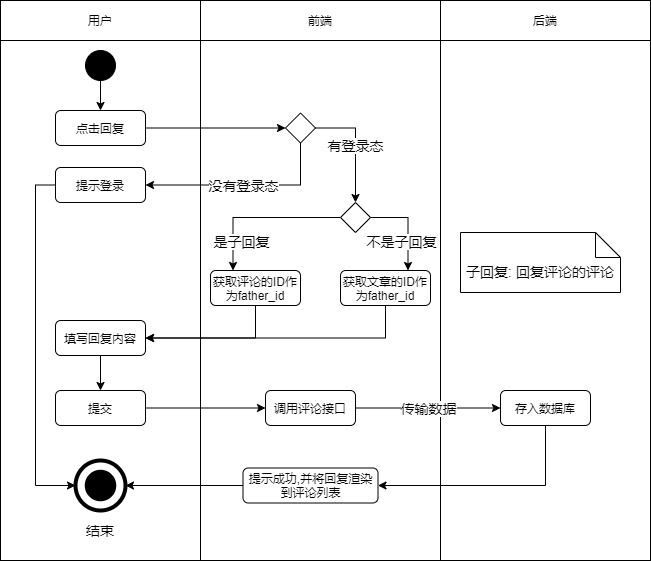
Jater0/Graduation keeps this draw.io diagram as user.bbs-comment.active.drawio.png. Above is the earlier version. Source tidied: cells renumbered, new cells last; positions are measured from the earlier drawing's top-left corner, leaving out a move shared by most shapes. Source of this version:
```xml
<mxGraphModel>
  <root>
    <mxCell id="0" />
    <mxCell id="1" parent="0" />
    <mxCell id="2" style="rounded=0;whiteSpace=wrap;html=1;" parent="1" vertex="1">
      <mxGeometry x="440" y="40" width="210" height="520" as="geometry" />
    </mxCell>
    <mxCell id="3" style="rounded=0;whiteSpace=wrap;html=1;" parent="1" vertex="1">
      <mxGeometry y="40" width="200" height="520" as="geometry" />
    </mxCell>
    <mxCell id="4" style="rounded=0;whiteSpace=wrap;html=1;" parent="1" vertex="1">
      <mxGeometry x="200" y="40" width="240" height="520" as="geometry" />
    </mxCell>
    <mxCell id="5" value="用户" style="rounded=0;whiteSpace=wrap;html=1;" parent="1" vertex="1">
      <mxGeometry width="200" height="40" as="geometry" />
    </mxCell>
    <mxCell id="6" value="前端" style="rounded=0;whiteSpace=wrap;html=1;" parent="1" vertex="1">
      <mxGeometry x="200" width="240" height="40" as="geometry" />
    </mxCell>
    <mxCell id="7" value="后端" style="rounded=0;whiteSpace=wrap;html=1;" parent="1" vertex="1">
      <mxGeometry x="440" width="210" height="40" as="geometry" />
    </mxCell>
    <mxCell id="8" style="edgeStyle=orthogonalEdgeStyle;rounded=0;jettySize=auto;html=1;exitX=0.5;exitY=1;exitDx=0;exitDy=0;entryX=0.5;entryY=0;entryDx=0;entryDy=0;" parent="1" edge="1" source="9" target="14">
      <mxGeometry relative="1" as="geometry" />
    </mxCell>
    <mxCell id="9" style="ellipse;whiteSpace=wrap;html=1;background=black;strokeColor=#030303;fillColor=#000000;" parent="1" vertex="1">
      <mxGeometry x="85" y="50" width="30" height="30" as="geometry" />
    </mxCell>
    <mxCell id="10" style="ellipse;whiteSpace=wrap;html=1;rounded=1;strokeColor=#000000;strokeWidth=4;fillColor=none;gradientColor=none;fontSize=14;" parent="1" vertex="1">
      <mxGeometry x="75" y="460" width="50" height="50" as="geometry" />
    </mxCell>
    <mxCell id="11" style="ellipse;whiteSpace=wrap;html=1;rounded=1;strokeWidth=4;fontSize=14;fillColor=#000000;" parent="1" vertex="1">
      <mxGeometry x="86.2" y="471.2" width="27.5" height="27.5" as="geometry" />
    </mxCell>
    <mxCell id="12" value="结束" style="text;html=1;strokeColor=none;fillColor=none;align=center;verticalAlign=middle;whiteSpace=wrap;rounded=0;fontSize=14;" parent="1" vertex="1">
      <mxGeometry x="80" y="520" width="40" height="20" as="geometry" />
    </mxCell>
    <mxCell id="13" style="edgeStyle=orthogonalEdgeStyle;rounded=0;jettySize=auto;html=1;exitX=1;exitY=0.5;exitDx=0;exitDy=0;entryX=0;entryY=0.5;entryDx=0;entryDy=0;" parent="1" edge="1" source="14" target="17">
      <mxGeometry relative="1" as="geometry" />
    </mxCell>
    <mxCell id="14" value="点击回复" style="rounded=1;whiteSpace=wrap;html=1;" parent="1" vertex="1">
      <mxGeometry x="55" y="110" width="90" height="35" as="geometry" />
    </mxCell>
    <mxCell id="15" value="没有登录态" style="edgeStyle=orthogonalEdgeStyle;rounded=0;jettySize=auto;html=1;exitX=0.5;exitY=1;exitDx=0;exitDy=0;entryX=1;entryY=0.5;entryDx=0;entryDy=0;fontSize=14;fontStyle=0;" parent="1" edge="1" source="17" target="19">
      <mxGeometry relative="1" as="geometry" />
    </mxCell>
    <mxCell id="16" value="有登录态" style="edgeStyle=orthogonalEdgeStyle;rounded=0;jettySize=auto;html=1;exitX=1;exitY=0.5;exitDx=0;exitDy=0;entryX=0.5;entryY=0;entryDx=0;entryDy=0;fontSize=14;" parent="1" edge="1" source="17" target="22">
      <mxGeometry relative="1" as="geometry" />
    </mxCell>
    <mxCell id="17" style="rhombus;whiteSpace=wrap;html=1;" parent="1" vertex="1">
      <mxGeometry x="285" y="112.5" width="30" height="30" as="geometry" />
    </mxCell>
    <mxCell id="18" style="edgeStyle=orthogonalEdgeStyle;rounded=0;jettySize=auto;html=1;exitX=0;exitY=0.5;exitDx=0;exitDy=0;entryX=0;entryY=0.5;entryDx=0;entryDy=0;fontSize=14;" parent="1" edge="1" source="19" target="10">
      <mxGeometry relative="1" as="geometry" />
    </mxCell>
    <mxCell id="19" value="提示登录" style="rounded=1;whiteSpace=wrap;html=1;" parent="1" vertex="1">
      <mxGeometry x="55" y="167" width="90" height="35" as="geometry" />
    </mxCell>
    <mxCell id="20" value="不是子回复" style="edgeStyle=orthogonalEdgeStyle;rounded=0;jettySize=auto;html=1;exitX=1;exitY=0.5;exitDx=0;exitDy=0;entryX=0.75;entryY=0;entryDx=0;entryDy=0;fontSize=14;" parent="1" edge="1" source="22" target="26">
      <mxGeometry x="0.34" y="-7" relative="1" as="geometry">
        <mxPoint y="1" as="offset" />
      </mxGeometry>
    </mxCell>
    <mxCell id="21" value="是子回复" style="edgeStyle=orthogonalEdgeStyle;rounded=0;jettySize=auto;html=1;exitX=0;exitY=0.5;exitDx=0;exitDy=0;entryX=0.25;entryY=0;entryDx=0;entryDy=0;fontSize=14;" parent="1" edge="1" source="22" target="24">
      <mxGeometry x="0.63" y="8" relative="1" as="geometry" />
    </mxCell>
    <mxCell id="22" style="rhombus;whiteSpace=wrap;html=1;" parent="1" vertex="1">
      <mxGeometry x="340" y="202" width="30" height="30" as="geometry" />
    </mxCell>
    <mxCell id="23" style="edgeStyle=orthogonalEdgeStyle;rounded=0;jettySize=auto;html=1;exitX=0.5;exitY=1;exitDx=0;exitDy=0;entryX=1;entryY=0.5;entryDx=0;entryDy=0;fontSize=14;" parent="1" edge="1" source="24" target="29">
      <mxGeometry relative="1" as="geometry" />
    </mxCell>
    <mxCell id="24" value="获取评论的ID作为father_id" style="rounded=1;whiteSpace=wrap;html=1;" parent="1" vertex="1">
      <mxGeometry x="210" y="270" width="90" height="35" as="geometry" />
    </mxCell>
    <mxCell id="25" style="edgeStyle=orthogonalEdgeStyle;rounded=0;jettySize=auto;html=1;exitX=0.5;exitY=1;exitDx=0;exitDy=0;entryX=1;entryY=0.5;entryDx=0;entryDy=0;fontSize=14;" parent="1" edge="1" source="26" target="29">
      <mxGeometry relative="1" as="geometry" />
    </mxCell>
    <mxCell id="26" value="获取文章的ID作为father_id" style="rounded=1;whiteSpace=wrap;html=1;" parent="1" vertex="1">
      <mxGeometry x="340" y="270" width="90" height="35" as="geometry" />
    </mxCell>
    <mxCell id="27" value="子回复: 回复评论的评论" style="shape=note2;boundedLbl=1;whiteSpace=wrap;html=1;size=25;verticalAlign=top;align=center;fontSize=14;" parent="1" vertex="1">
      <mxGeometry x="460" y="232" width="160" height="60" as="geometry" />
    </mxCell>
    <mxCell id="28" style="edgeStyle=orthogonalEdgeStyle;rounded=0;jettySize=auto;html=1;exitX=0.5;exitY=1;exitDx=0;exitDy=0;entryX=0.5;entryY=0;entryDx=0;entryDy=0;fontSize=14;" parent="1" edge="1" source="29" target="31">
      <mxGeometry relative="1" as="geometry" />
    </mxCell>
    <mxCell id="29" value="填写回复内容" style="rounded=1;whiteSpace=wrap;html=1;" parent="1" vertex="1">
      <mxGeometry x="55" y="320" width="90" height="35" as="geometry" />
    </mxCell>
    <mxCell id="30" style="edgeStyle=orthogonalEdgeStyle;rounded=0;jettySize=auto;html=1;exitX=1;exitY=0.5;exitDx=0;exitDy=0;entryX=0;entryY=0.5;entryDx=0;entryDy=0;fontSize=14;" parent="1" edge="1" source="31" target="33">
      <mxGeometry relative="1" as="geometry" />
    </mxCell>
    <mxCell id="31" value="提交" style="rounded=1;whiteSpace=wrap;html=1;" parent="1" vertex="1">
      <mxGeometry x="55" y="390" width="90" height="35" as="geometry" />
    </mxCell>
    <mxCell id="32" value="传输数据" style="edgeStyle=orthogonalEdgeStyle;rounded=0;jettySize=auto;html=1;exitX=1;exitY=0.5;exitDx=0;exitDy=0;entryX=0;entryY=0.5;entryDx=0;entryDy=0;fontSize=14;" parent="1" edge="1" source="33" target="35">
      <mxGeometry relative="1" as="geometry" />
    </mxCell>
    <mxCell id="33" value="调用评论接口" style="rounded=1;whiteSpace=wrap;html=1;" parent="1" vertex="1">
      <mxGeometry x="265" y="390" width="90" height="35" as="geometry" />
    </mxCell>
    <mxCell id="34" style="edgeStyle=orthogonalEdgeStyle;rounded=0;jettySize=auto;html=1;exitX=0.5;exitY=1;exitDx=0;exitDy=0;entryX=1;entryY=0.5;entryDx=0;entryDy=0;fontSize=14;" parent="1" edge="1" source="35" target="37">
      <mxGeometry relative="1" as="geometry" />
    </mxCell>
    <mxCell id="35" value="存入数据库" style="rounded=1;whiteSpace=wrap;html=1;" parent="1" vertex="1">
      <mxGeometry x="500" y="390" width="90" height="35" as="geometry" />
    </mxCell>
    <mxCell id="36" style="edgeStyle=orthogonalEdgeStyle;rounded=0;jettySize=auto;html=1;exitX=0;exitY=0.5;exitDx=0;exitDy=0;entryX=1;entryY=0.5;entryDx=0;entryDy=0;fontSize=14;" parent="1" edge="1" source="37" target="10">
      <mxGeometry relative="1" as="geometry" />
    </mxCell>
    <mxCell id="37" value="提示成功,并将回复渲染到评论列表" style="rounded=1;whiteSpace=wrap;html=1;" parent="1" vertex="1">
      <mxGeometry x="242.5" y="467.5" width="135" height="35" as="geometry" />
    </mxCell>
  </root>
</mxGraphModel>
```
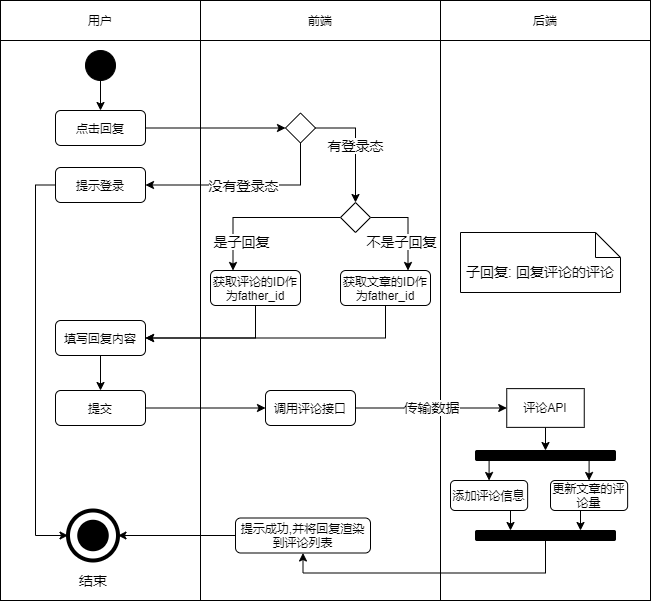
Later version of the same file.

What changed in the source:
```diff
@@ -3,13 +3,13 @@
     <mxCell id="0" />
     <mxCell id="1" parent="0" />
     <mxCell id="2" style="rounded=0;whiteSpace=wrap;html=1;" parent="1" vertex="1">
-      <mxGeometry x="440" y="40" width="210" height="520" as="geometry" />
+      <mxGeometry x="440" y="40" width="210" height="560" as="geometry" />
     </mxCell>
     <mxCell id="3" style="rounded=0;whiteSpace=wrap;html=1;" parent="1" vertex="1">
-      <mxGeometry y="40" width="200" height="520" as="geometry" />
+      <mxGeometry y="40" width="200" height="560" as="geometry" />
     </mxCell>
     <mxCell id="4" style="rounded=0;whiteSpace=wrap;html=1;" parent="1" vertex="1">
-      <mxGeometry x="200" y="40" width="240" height="520" as="geometry" />
+      <mxGeometry x="200" y="40" width="240" height="560" as="geometry" />
     </mxCell>
     <mxCell id="5" value="用户" style="rounded=0;whiteSpace=wrap;html=1;" parent="1" vertex="1">
       <mxGeometry width="200" height="40" as="geometry" />
@@ -27,13 +27,13 @@
       <mxGeometry x="85" y="50" width="30" height="30" as="geometry" />
     </mxCell>
     <mxCell id="10" style="ellipse;whiteSpace=wrap;html=1;rounded=1;strokeColor=#000000;strokeWidth=4;fillColor=none;gradientColor=none;fontSize=14;" parent="1" vertex="1">
-      <mxGeometry x="75" y="460" width="50" height="50" as="geometry" />
+      <mxGeometry x="67.5" y="510" width="50" height="50" as="geometry" />
     </mxCell>
     <mxCell id="11" style="ellipse;whiteSpace=wrap;html=1;rounded=1;strokeWidth=4;fontSize=14;fillColor=#000000;" parent="1" vertex="1">
-      <mxGeometry x="86.2" y="471.2" width="27.5" height="27.5" as="geometry" />
+      <mxGeometry x="78.8" y="521.2" width="27.5" height="27.5" as="geometry" />
     </mxCell>
     <mxCell id="12" value="结束" style="text;html=1;strokeColor=none;fillColor=none;align=center;verticalAlign=middle;whiteSpace=wrap;rounded=0;fontSize=14;" parent="1" vertex="1">
-      <mxGeometry x="80" y="520" width="40" height="20" as="geometry" />
+      <mxGeometry x="72.5" y="570" width="40" height="20" as="geometry" />
     </mxCell>
     <mxCell id="13" style="edgeStyle=orthogonalEdgeStyle;rounded=0;jettySize=auto;html=1;exitX=1;exitY=0.5;exitDx=0;exitDy=0;entryX=0;entryY=0.5;entryDx=0;entryDy=0;" parent="1" edge="1" source="14" target="17">
       <mxGeometry relative="1" as="geometry" />
@@ -94,23 +94,50 @@
     <mxCell id="31" value="提交" style="rounded=1;whiteSpace=wrap;html=1;" parent="1" vertex="1">
       <mxGeometry x="55" y="390" width="90" height="35" as="geometry" />
     </mxCell>
-    <mxCell id="32" value="传输数据" style="edgeStyle=orthogonalEdgeStyle;rounded=0;jettySize=auto;html=1;exitX=1;exitY=0.5;exitDx=0;exitDy=0;entryX=0;entryY=0.5;entryDx=0;entryDy=0;fontSize=14;" parent="1" edge="1" source="33" target="35">
+    <mxCell id="32" value="传输数据" style="edgeStyle=orthogonalEdgeStyle;rounded=0;jettySize=auto;html=1;exitX=1;exitY=0.5;exitDx=0;exitDy=0;entryX=0;entryY=0.5;entryDx=0;entryDy=0;fontSize=14;" parent="1" edge="1" source="33" target="39">
       <mxGeometry relative="1" as="geometry" />
     </mxCell>
     <mxCell id="33" value="调用评论接口" style="rounded=1;whiteSpace=wrap;html=1;" parent="1" vertex="1">
       <mxGeometry x="265" y="390" width="90" height="35" as="geometry" />
     </mxCell>
-    <mxCell id="34" style="edgeStyle=orthogonalEdgeStyle;rounded=0;jettySize=auto;html=1;exitX=0.5;exitY=1;exitDx=0;exitDy=0;entryX=1;entryY=0.5;entryDx=0;entryDy=0;fontSize=14;" parent="1" edge="1" source="35" target="37">
-      <mxGeometry relative="1" as="geometry" />
-    </mxCell>
-    <mxCell id="35" value="存入数据库" style="rounded=1;whiteSpace=wrap;html=1;" parent="1" vertex="1">
-      <mxGeometry x="500" y="390" width="90" height="35" as="geometry" />
-    </mxCell>
     <mxCell id="36" style="edgeStyle=orthogonalEdgeStyle;rounded=0;jettySize=auto;html=1;exitX=0;exitY=0.5;exitDx=0;exitDy=0;entryX=1;entryY=0.5;entryDx=0;entryDy=0;fontSize=14;" parent="1" edge="1" source="37" target="10">
       <mxGeometry relative="1" as="geometry" />
     </mxCell>
     <mxCell id="37" value="提示成功,并将回复渲染到评论列表" style="rounded=1;whiteSpace=wrap;html=1;" parent="1" vertex="1">
-      <mxGeometry x="242.5" y="467.5" width="135" height="35" as="geometry" />
+      <mxGeometry x="235" y="517.5" width="135" height="35" as="geometry" />
     </mxCell>
+    <mxCell id="38" style="edgeStyle=orthogonalEdgeStyle;rounded=0;jettySize=auto;html=1;exitX=0.5;exitY=1;exitDx=0;exitDy=0;entryX=0.5;entryY=0;entryDx=0;entryDy=0;" parent="1" edge="1" source="39" target="42">
+      <mxGeometry relative="1" as="geometry" />
+    </mxCell>
+    <mxCell id="39" value="评论API" style="rounded=0;whiteSpace=wrap;html=1;" parent="1" vertex="1">
+      <mxGeometry x="506.2" y="388.1" width="77.5" height="38.8" as="geometry" />
+    </mxCell>
+    <mxCell id="40" style="edgeStyle=orthogonalEdgeStyle;rounded=0;jettySize=auto;html=1;exitX=0.75;exitY=1;exitDx=0;exitDy=0;entryX=0.5;entryY=0;entryDx=0;entryDy=0;" parent="1" edge="1" source="42" target="46">
+      <mxGeometry relative="1" as="geometry" />
+    </mxCell>
+    <mxCell id="41" style="edgeStyle=orthogonalEdgeStyle;rounded=0;jettySize=auto;html=1;exitX=0.25;exitY=1;exitDx=0;exitDy=0;entryX=0.5;entryY=0;entryDx=0;entryDy=0;" parent="1" edge="1" source="42" target="44">
+      <mxGeometry relative="1" as="geometry" />
+    </mxCell>
+    <mxCell id="42" style="rounded=1;whiteSpace=wrap;html=1;fillColor=#000000;" parent="1" vertex="1">
+      <mxGeometry x="475" y="450" width="140" height="10" as="geometry" />
+    </mxCell>
+    <mxCell id="43" style="edgeStyle=orthogonalEdgeStyle;rounded=0;jettySize=auto;html=1;exitX=0.75;exitY=1;exitDx=0;exitDy=0;entryX=0.25;entryY=0;entryDx=0;entryDy=0;" parent="1" edge="1" source="44" target="48">
+      <mxGeometry relative="1" as="geometry" />
+    </mxCell>
+    <mxCell id="44" value="添加评论信息&lt;span style=&quot;color: rgba(0 , 0 , 0 , 0) ; font-family: monospace ; font-size: 0px&quot;&gt;%3CmxGraphModel%3E%3Croot%3E%3CmxCell%20id%3D%220%22%2F%3E%3CmxCell%20id%3D%221%22%20parent%3D%220%22%2F%3E%3CmxCell%20id%3D%222%22%20value%3D%22%E8%B0%83%E7%94%A8%E8%AF%84%E8%AE%BA%E6%8E%A5%E5%8F%A3%22%20style%3D%22rounded%3D1%3BwhiteSpace%3Dwrap%3Bhtml%3D1%3B%22%20vertex%3D%221%22%20parent%3D%221%22%3E%3CmxGeometry%20x%3D%22305%22%20y%3D%22430%22%20width%3D%2290%22%20height%3D%2235%22%20as%3D%22geometry%22%2F%3E%3C%2FmxCell%3E%3C%2Froot%3E%3C%2FmxGraphModel%3E&lt;/span&gt;" style="rounded=1;whiteSpace=wrap;html=1;" parent="1" vertex="1">
+      <mxGeometry x="450" y="480" width="77.1" height="30" as="geometry" />
+    </mxCell>
+    <mxCell id="45" style="edgeStyle=orthogonalEdgeStyle;rounded=0;jettySize=auto;html=1;exitX=0.5;exitY=1;exitDx=0;exitDy=0;entryX=0.75;entryY=0;entryDx=0;entryDy=0;" parent="1" edge="1" source="46" target="48">
+      <mxGeometry relative="1" as="geometry" />
+    </mxCell>
+    <mxCell id="46" value="更新文章的评论量" style="rounded=1;whiteSpace=wrap;html=1;" parent="1" vertex="1">
+      <mxGeometry x="550" y="480" width="77.1" height="30" as="geometry" />
+    </mxCell>
+    <mxCell id="47" style="edgeStyle=orthogonalEdgeStyle;rounded=0;jettySize=auto;html=1;exitX=0.5;exitY=1;exitDx=0;exitDy=0;entryX=0.5;entryY=1;entryDx=0;entryDy=0;" parent="1" edge="1" source="48" target="37">
+      <mxGeometry relative="1" as="geometry" />
+    </mxCell>
+    <mxCell id="48" style="rounded=1;whiteSpace=wrap;html=1;fillColor=#000000;" parent="1" vertex="1">
+      <mxGeometry x="475" y="530" width="140" height="10" as="geometry" />
+    </mxCell>
   </root>
 </mxGraphModel>
```
